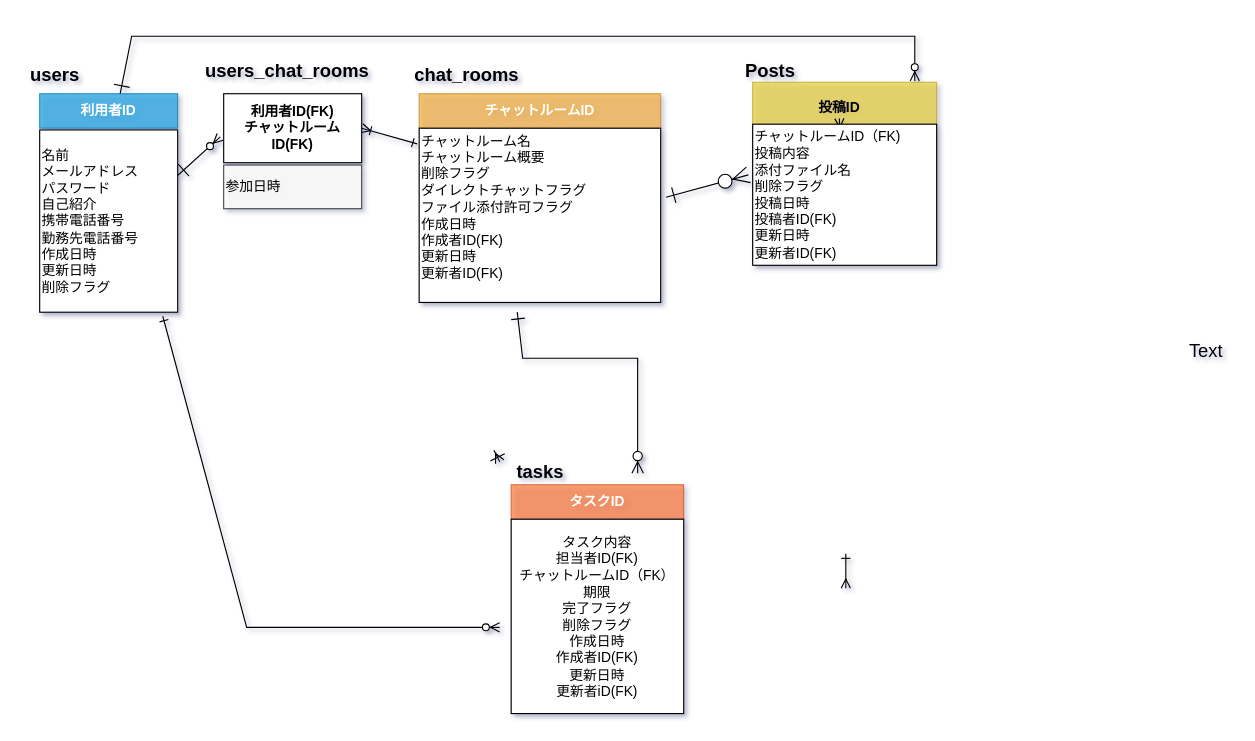
Yuina1012/quelcode-db keeps this draw.io diagram as db/db-challenge1/db-challenge1.drawio. Above is the earlier version. Source tidied: cells renumbered, new cells numbered last; positions are measured from the earlier drawing's top-left corner, leaving out a move shared by most shapes. Both pictures are drawn from the tidied source at 115%, with x=0, y=0 at pixel (20, 36).
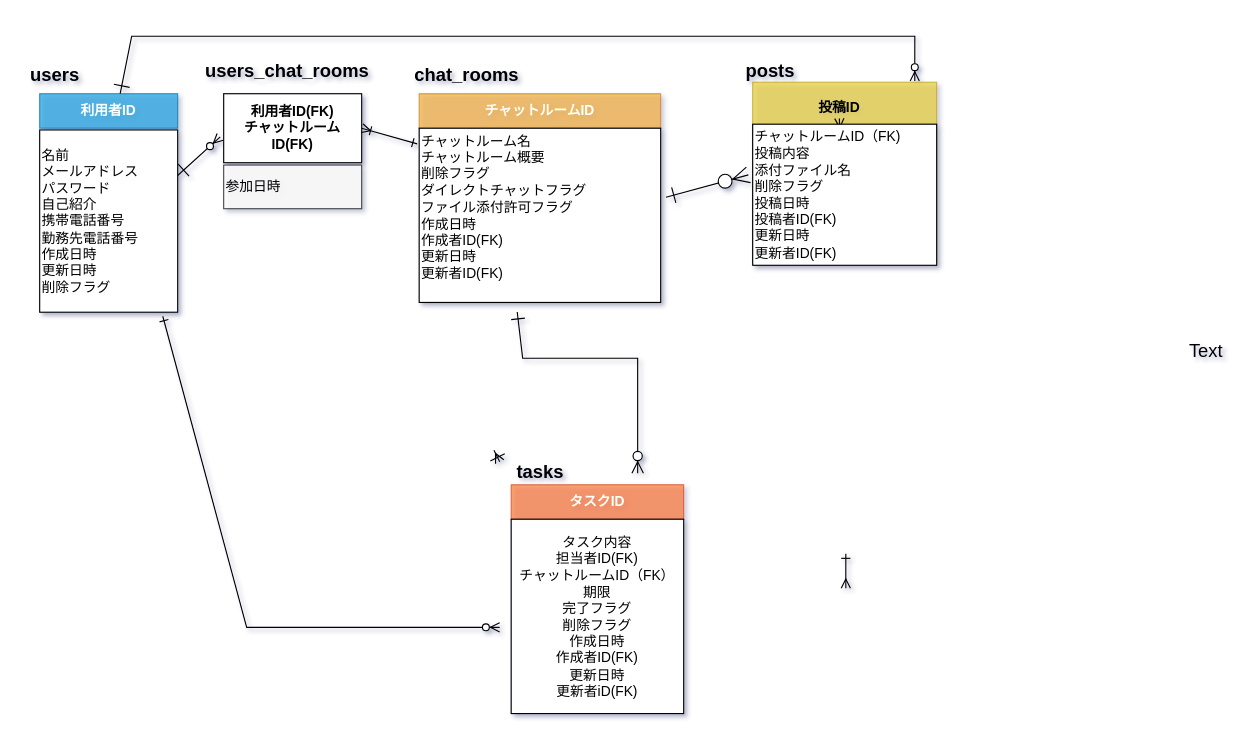
The same page after the edit.

The edit, as a diff of the source:
```diff
@@
-    <mxCell id="29" value="Posts" style="text;html=1;align=center;verticalAlign=middle;fontStyle=1;fontSize=16;" parent="1" vertex="1">
+    <mxCell id="29" value="posts" style="text;html=1;align=center;verticalAlign=middle;fontStyle=1;fontSize=16;" parent="1" vertex="1">
       <mxGeometry x="622" y="20" width="60" height="20" as="geometry" />
     </mxCell>
```
